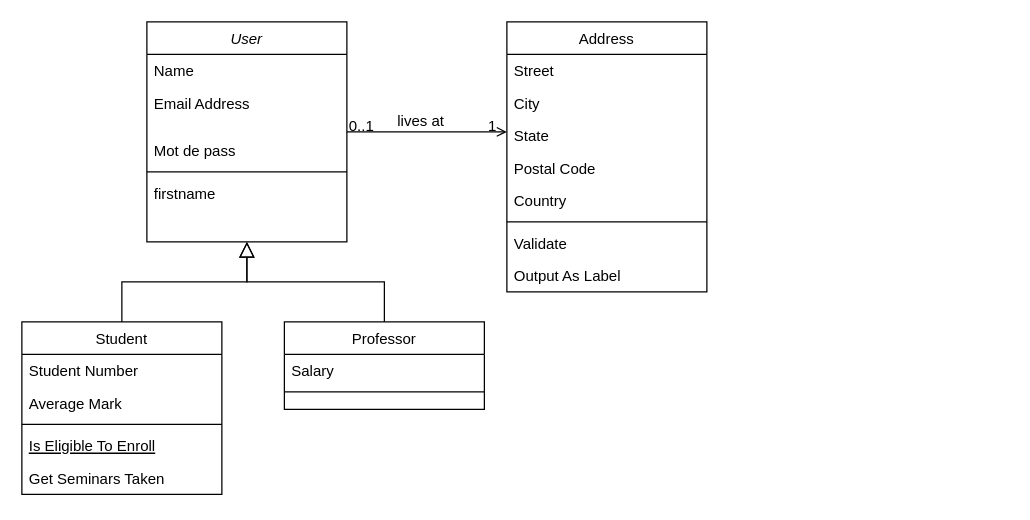
The draw.io diagram Untitled Diagram.drawio in lordmams/ADVENFT, before the edit. Source tidied: cells renumbered, new cells numbered last; positions are measured from the earlier drawing's top-left corner, leaving out a move shared by most shapes. Both pictures are drawn from the tidied source at 125%, with x=0, y=0 at pixel (21, 21).
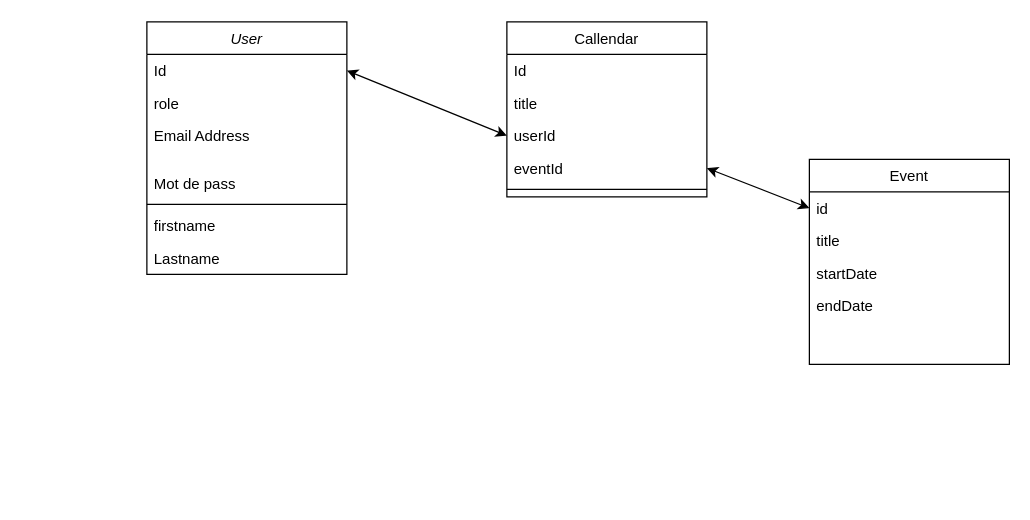
The same diagram, later.

Change to the diagram source:
```diff
@@
     <mxCell id="2" value="User" style="swimlane;fontStyle=2;align=center;verticalAlign=top;horizontal=1;startSize=26;rounded=0;shadow=0;strokeWidth=1;" parent="1" vertex="1">
-      <mxGeometry x="100" width="160" height="176" as="geometry" />
+      <mxGeometry x="100" width="160" height="202" as="geometry" />
     </mxCell>
+    <mxCell id="33" value="Id" style="text;align=left;verticalAlign=top;spacingLeft=4;spacingRight=4;overflow=hidden;points=[[0,0.5],[1,0.5]];portConstraint=eastwest;rounded=0;shadow=0;html=0;" parent="2" vertex="1">
+      <mxGeometry y="26" width="160" height="26" as="geometry" />
+    </mxCell>
-    <mxCell id="3" value="Name" style="text;align=left;verticalAlign=top;spacingLeft=4;spacingRight=4;overflow=hidden;points=[[0,0.5],[1,0.5]];portConstraint=eastwest;" parent="2" vertex="1">
-      <mxGeometry y="26" width="160" height="26" as="geometry" />
+    <mxCell id="3" value="role" style="text;align=left;verticalAlign=top;spacingLeft=4;spacingRight=4;overflow=hidden;points=[[0,0.5],[1,0.5]];portConstraint=eastwest;" parent="2" vertex="1">
+      <mxGeometry y="52" width="160" height="26" as="geometry" />
     </mxCell>
     <mxCell id="4" value="Email Address" style="text;align=left;verticalAlign=top;spacingLeft=4;spacingRight=4;overflow=hidden;rounded=0;shadow=0;html=0;" parent="2" vertex="1">
-      <mxGeometry y="52" width="160" height="38" as="geometry" />
+      <mxGeometry y="78" width="160" height="38" as="geometry" />
     </mxCell>
     <mxCell id="5" value="Mot de pass&#10;" style="text;align=left;verticalAlign=top;spacingLeft=4;spacingRight=4;overflow=hidden;rounded=0;shadow=0;html=0;" parent="2" vertex="1">
-      <mxGeometry y="90" width="160" height="26" as="geometry" />
+      <mxGeometry y="116" width="160" height="26" as="geometry" />
     </mxCell>
     <mxCell id="6" style="line;html=1;strokeWidth=1;align=left;verticalAlign=middle;spacingTop=-1;spacingLeft=3;spacingRight=3;labelPosition=right;" parent="2" vertex="1">
-      <mxGeometry y="116" width="160" height="8" as="geometry" />
+      <mxGeometry y="142" width="160" height="8" as="geometry" />
     </mxCell>
     <mxCell id="7" value="firstname" style="text;align=left;verticalAlign=top;spacingLeft=4;spacingRight=4;overflow=hidden;" parent="2" vertex="1">
-      <mxGeometry y="124" width="160" height="26" as="geometry" />
+      <mxGeometry y="150" width="160" height="26" as="geometry" />
     </mxCell>
@@
+    <mxCell id="34" value="Lastname" style="text;align=left;verticalAlign=top;spacingLeft=4;spacingRight=4;overflow=hidden;" parent="2" vertex="1">
+      <mxGeometry y="176" width="160" height="26" as="geometry" />
+    </mxCell>
-    <mxCell id="9" value="Student" style="swimlane;fontStyle=0;align=center;verticalAlign=top;horizontal=1;startSize=26;rounded=0;shadow=0;strokeWidth=1;" parent="1" vertex="1">
-      <mxGeometry y="240" width="160" height="138" as="geometry" />
+    <mxCell id="9" value="Event" style="swimlane;fontStyle=0;align=center;verticalAlign=top;horizontal=1;startSize=26;rounded=0;shadow=0;strokeWidth=1;" parent="1" vertex="1">
+      <mxGeometry x="630" y="110" width="160" height="164" as="geometry" />
     </mxCell>
+    <mxCell id="35" value="id" style="text;align=left;verticalAlign=top;spacingLeft=4;spacingRight=4;overflow=hidden;points=[[0,0.5],[1,0.5]];portConstraint=eastwest;rounded=0;shadow=0;html=0;" parent="9" vertex="1">
+      <mxGeometry y="26" width="160" height="26" as="geometry" />
+    </mxCell>
-    <mxCell id="10" value="Student Number" style="text;align=left;verticalAlign=top;spacingLeft=4;spacingRight=4;overflow=hidden;" parent="9" vertex="1">
-      <mxGeometry y="26" width="160" height="26" as="geometry" />
+    <mxCell id="10" value="title" style="text;align=left;verticalAlign=top;spacingLeft=4;spacingRight=4;overflow=hidden;" parent="9" vertex="1">
+      <mxGeometry y="52" width="160" height="26" as="geometry" />
     </mxCell>
-    <mxCell id="11" value="Average Mark" style="text;align=left;verticalAlign=top;spacingLeft=4;spacingRight=4;overflow=hidden;rounded=0;shadow=0;html=0;" parent="9" vertex="1">
-      <mxGeometry y="52" width="160" height="26" as="geometry" />
+    <mxCell id="11" value="startDate" style="text;align=left;verticalAlign=top;spacingLeft=4;spacingRight=4;overflow=hidden;rounded=0;shadow=0;html=0;" parent="9" vertex="1">
+      <mxGeometry y="78" width="160" height="26" as="geometry" />
     </mxCell>
-    <mxCell id="12" style="line;html=1;strokeWidth=1;align=left;verticalAlign=middle;spacingTop=-1;spacingLeft=3;spacingRight=3;labelPosition=right;" parent="9" vertex="1">
-      <mxGeometry y="78" width="160" height="8" as="geometry" />
-    </mxCell>
-    <mxCell id="13" value="Is Eligible To Enroll" style="text;align=left;verticalAlign=top;spacingLeft=4;spacingRight=4;overflow=hidden;fontStyle=4;" parent="9" vertex="1">
-      <mxGeometry y="86" width="160" height="26" as="geometry" />
-    </mxCell>
-    <mxCell id="14" value="Get Seminars Taken" style="text;align=left;verticalAlign=top;spacingLeft=4;spacingRight=4;overflow=hidden;" parent="9" vertex="1">
-      <mxGeometry y="112" width="160" height="26" as="geometry" />
-    </mxCell>
-    <mxCell id="15" style="endArrow=block;endSize=10;endFill=0;shadow=0;strokeWidth=1;rounded=0;edgeStyle=elbowEdgeStyle;elbow=vertical;" parent="1" edge="1" source="9" target="2">
-      <mxGeometry relative="1" as="geometry" />
-    </mxCell>
-    <mxCell id="16" value="Professor" style="swimlane;fontStyle=0;align=center;verticalAlign=top;horizontal=1;startSize=26;rounded=0;shadow=0;strokeWidth=1;" parent="1" vertex="1">
-      <mxGeometry x="210" y="240" width="160" height="70" as="geometry" />
-    </mxCell>
-    <mxCell id="17" value="Salary" style="text;align=left;verticalAlign=top;spacingLeft=4;spacingRight=4;overflow=hidden;" parent="16" vertex="1">
-      <mxGeometry y="26" width="160" height="26" as="geometry" />
-    </mxCell>
-    <mxCell id="18" style="line;html=1;strokeWidth=1;align=left;verticalAlign=middle;spacingTop=-1;spacingLeft=3;spacingRight=3;labelPosition=right;" parent="16" vertex="1">
-      <mxGeometry y="52" width="160" height="8" as="geometry" />
-    </mxCell>
-    <mxCell id="19" style="endArrow=block;endSize=10;endFill=0;shadow=0;strokeWidth=1;rounded=0;edgeStyle=elbowEdgeStyle;elbow=vertical;" parent="1" edge="1" source="16" target="2">
-      <mxGeometry relative="1" as="geometry" />
-    </mxCell>
+    <mxCell id="36" value="endDate" style="text;align=left;verticalAlign=top;spacingLeft=4;spacingRight=4;overflow=hidden;rounded=0;shadow=0;html=0;" parent="9" vertex="1">
+      <mxGeometry y="104" width="160" height="26" as="geometry" />
+    </mxCell>
-    <mxCell id="20" value="Address" style="swimlane;fontStyle=0;align=center;verticalAlign=top;horizontal=1;startSize=26;rounded=0;shadow=0;strokeWidth=1;" parent="1" vertex="1">
-      <mxGeometry x="388" width="160" height="216" as="geometry" />
+    <mxCell id="20" value="Callendar" style="swimlane;fontStyle=0;align=center;verticalAlign=top;horizontal=1;startSize=26;rounded=0;shadow=0;strokeWidth=1;" parent="1" vertex="1">
+      <mxGeometry x="388" width="160" height="140" as="geometry" />
     </mxCell>
-    <mxCell id="21" value="Street" style="text;align=left;verticalAlign=top;spacingLeft=4;spacingRight=4;overflow=hidden;" parent="20" vertex="1">
+    <mxCell id="21" value="Id" style="text;align=left;verticalAlign=top;spacingLeft=4;spacingRight=4;overflow=hidden;" parent="20" vertex="1">
       <mxGeometry y="26" width="160" height="26" as="geometry" />
     </mxCell>
-    <mxCell id="22" value="City" style="text;align=left;verticalAlign=top;spacingLeft=4;spacingRight=4;overflow=hidden;rounded=0;shadow=0;html=0;" parent="20" vertex="1">
+    <mxCell id="22" value="title" style="text;align=left;verticalAlign=top;spacingLeft=4;spacingRight=4;overflow=hidden;rounded=0;shadow=0;html=0;" parent="20" vertex="1">
       <mxGeometry y="52" width="160" height="26" as="geometry" />
     </mxCell>
-    <mxCell id="23" value="State" style="text;align=left;verticalAlign=top;spacingLeft=4;spacingRight=4;overflow=hidden;points=[[0,0.5],[1,0.5]];portConstraint=eastwest;rounded=0;shadow=0;html=0;" parent="20" vertex="1">
+    <mxCell id="23" value="userId" style="text;align=left;verticalAlign=top;spacingLeft=4;spacingRight=4;overflow=hidden;points=[[0,0.5],[1,0.5]];portConstraint=eastwest;rounded=0;shadow=0;html=0;" parent="20" vertex="1">
       <mxGeometry y="78" width="160" height="26" as="geometry" />
     </mxCell>
-    <mxCell id="24" value="Postal Code" style="text;align=left;verticalAlign=top;spacingLeft=4;spacingRight=4;overflow=hidden;points=[[0,0.5],[1,0.5]];portConstraint=eastwest;rounded=0;shadow=0;html=0;" parent="20" vertex="1">
+    <mxCell id="24" value="eventId" style="text;align=left;verticalAlign=top;spacingLeft=4;spacingRight=4;overflow=hidden;points=[[0,0.5],[1,0.5]];portConstraint=eastwest;rounded=0;shadow=0;html=0;" parent="20" vertex="1">
       <mxGeometry y="104" width="160" height="26" as="geometry" />
     </mxCell>
-    <mxCell id="25" value="Country" style="text;align=left;verticalAlign=top;spacingLeft=4;spacingRight=4;overflow=hidden;rounded=0;shadow=0;html=0;" parent="20" vertex="1">
-      <mxGeometry y="130" width="160" height="26" as="geometry" />
-    </mxCell>
     <mxCell id="26" style="line;html=1;strokeWidth=1;align=left;verticalAlign=middle;spacingTop=-1;spacingLeft=3;spacingRight=3;labelPosition=right;" parent="20" vertex="1">
-      <mxGeometry y="156" width="160" height="8" as="geometry" />
+      <mxGeometry y="130" width="160" height="8" as="geometry" />
     </mxCell>
-    <mxCell id="27" value="Validate" style="text;align=left;verticalAlign=top;spacingLeft=4;spacingRight=4;overflow=hidden;" parent="20" vertex="1">
-      <mxGeometry y="164" width="160" height="26" as="geometry" />
-    </mxCell>
-    <mxCell id="28" value="Output As Label" style="text;align=left;verticalAlign=top;spacingLeft=4;spacingRight=4;overflow=hidden;" parent="20" vertex="1">
-      <mxGeometry y="190" width="160" height="26" as="geometry" />
-    </mxCell>
-    <mxCell id="29" style="endArrow=open;shadow=0;strokeWidth=1;rounded=0;endFill=1;edgeStyle=elbowEdgeStyle;elbow=vertical;" parent="1" edge="1" source="2" target="20">
-      <mxGeometry x="0.5" y="41" relative="1" as="geometry">
-        <mxPoint x="-40" y="32" as="offset" />
-      </mxGeometry>
-    </mxCell>
-    <mxCell id="30" value="0..1" style="align=left;verticalAlign=bottom;labelBackgroundColor=none;fontSize=12;" parent="29" vertex="1">
-      <mxGeometry x="-1" relative="1" as="geometry">
-        <mxPoint y="4" as="offset" />
-      </mxGeometry>
-    </mxCell>
-    <mxCell id="31" value="1" style="align=right;verticalAlign=bottom;labelBackgroundColor=none;fontSize=12;" parent="29" vertex="1">
-      <mxGeometry x="1" relative="1" as="geometry">
-        <mxPoint x="-7" y="4" as="offset" />
-      </mxGeometry>
-    </mxCell>
-    <mxCell id="32" value="lives at" style="text;html=1;align=center;verticalAlign=middle;labelBackgroundColor=none;rounded=0;shadow=0;strokeWidth=1;fontSize=12;" parent="29" vertex="1">
-      <mxGeometry x="0.5" y="49" relative="1" as="geometry">
-        <mxPoint x="-38" y="40" as="offset" />
-      </mxGeometry>
-    </mxCell>
+    <mxCell id="37" style="endArrow=classic;startArrow=classic;html=1;rounded=0;exitX=1;exitY=0.5;exitDx=0;exitDy=0;entryX=0;entryY=0.5;entryDx=0;entryDy=0;" parent="1" edge="1" source="33" target="23">
+      <mxGeometry relative="1" as="geometry" />
+    </mxCell>
+    <mxCell id="38" style="endArrow=classic;startArrow=classic;html=1;rounded=0;entryX=0;entryY=0.5;entryDx=0;entryDy=0;exitX=1;exitY=0.5;exitDx=0;exitDy=0;" parent="1" edge="1" source="24" target="35">
+      <mxGeometry relative="1" as="geometry" />
+    </mxCell>
```
